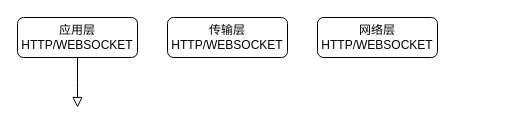
This is cc.drawio from ycopy/c11, a draw.io file, before an edit. Source tidied: cells renumbered, new cells numbered last; positions are measured from the earlier drawing's top-left corner, leaving out a move shared by most shapes. Both pictures are drawn from the tidied source at 100%, with x=0, y=0 at pixel (17, 17).
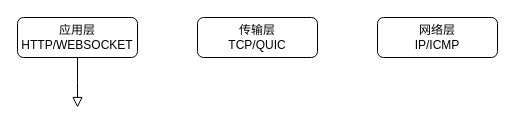
The same page after the edit.

Diff of the diagram source:
```diff
@@
 <mxGraphModel>
   <root>
     <mxCell id="0" />
     <mxCell id="1" parent="0" />
     <mxCell id="2" style="rounded=0;html=1;jettySize=auto;fontSize=11;endArrow=block;endFill=0;endSize=8;strokeWidth=1;shadow=0;labelBackgroundColor=none;edgeStyle=orthogonalEdgeStyle;" parent="1" edge="1" source="3">
       <mxGeometry relative="1" as="geometry">
         <mxPoint x="60" y="90" as="targetPoint" />
       </mxGeometry>
     </mxCell>
     <mxCell id="3" value="&lt;div&gt;应用层&lt;/div&gt;HTTP/WEBSOCKET" style="rounded=1;whiteSpace=wrap;html=1;fontSize=12;glass=0;strokeWidth=1;shadow=0;" parent="1" vertex="1">
       <mxGeometry width="120" height="40" as="geometry" />
     </mxCell>
-    <mxCell id="4" value="&lt;div&gt;传输层&lt;/div&gt;HTTP/WEBSOCKET" style="rounded=1;whiteSpace=wrap;html=1;fontSize=12;glass=0;strokeWidth=1;shadow=0;" parent="1" vertex="1">
-      <mxGeometry x="150" width="120" height="40" as="geometry" />
+    <mxCell id="4" value="&lt;div&gt;传输层&lt;/div&gt;&lt;div&gt;TCP/QUIC&lt;/div&gt;" style="rounded=1;whiteSpace=wrap;html=1;fontSize=12;glass=0;strokeWidth=1;shadow=0;" parent="1" vertex="1">
+      <mxGeometry x="180" width="120" height="40" as="geometry" />
     </mxCell>
-    <mxCell id="5" value="&lt;div&gt;网络层&lt;/div&gt;HTTP/WEBSOCKET" style="rounded=1;whiteSpace=wrap;html=1;fontSize=12;glass=0;strokeWidth=1;shadow=0;" parent="1" vertex="1">
-      <mxGeometry x="300" width="120" height="40" as="geometry" />
+    <mxCell id="5" value="&lt;div&gt;网络层&lt;/div&gt;IP/ICMP" style="rounded=1;whiteSpace=wrap;html=1;fontSize=12;glass=0;strokeWidth=1;shadow=0;" parent="1" vertex="1">
+      <mxGeometry x="360" width="120" height="40" as="geometry" />
     </mxCell>
   </root>
 </mxGraphModel>
```
